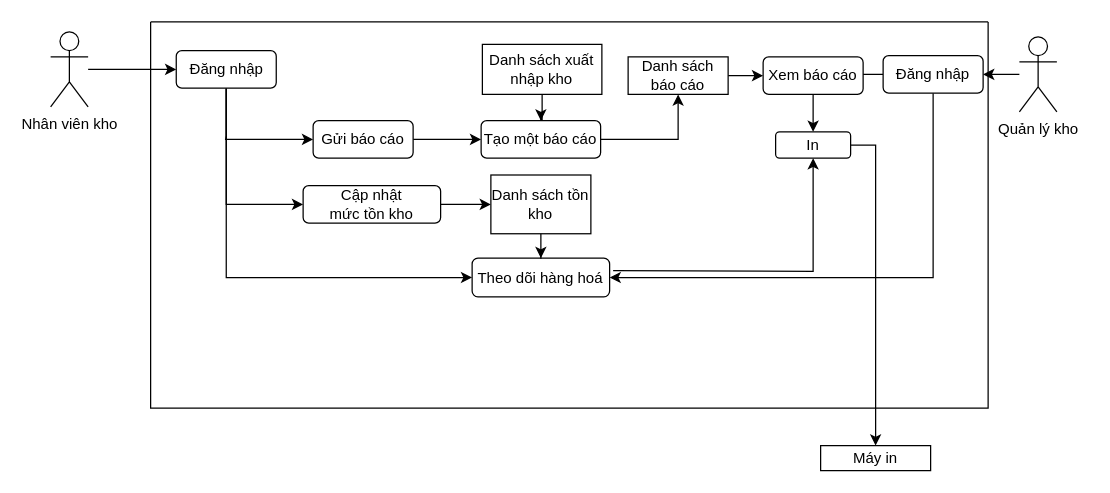
Taneshi94/NMCNPM keeps this draw.io diagram as Biểu đồ không có tiêu đề.drawio. Above is the earlier version. Source tidied: cells renumbered, new cells numbered last; positions are measured from the earlier drawing's top-left corner, leaving out a move shared by most shapes. Both pictures are drawn from the tidied source at 125%, with x=0, y=0 at pixel (50, 21).
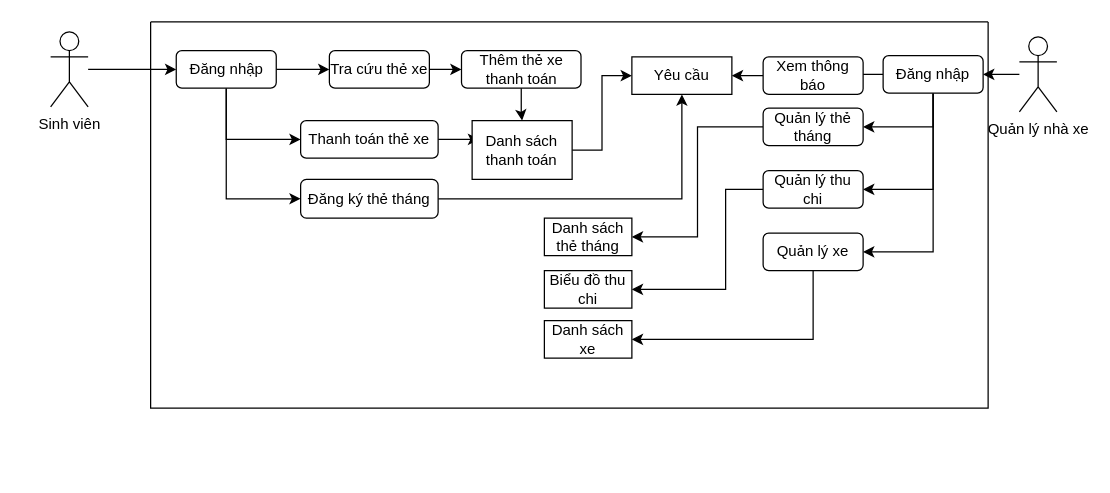
Above is the later version.

Unchanged cells that the change refers to:
```xml
<mxCell id="5" style="swimlane;startSize=0;" parent="1" vertex="1">
  <mxGeometry x="80" width="670" height="309" as="geometry" />
</mxCell>
<mxCell id="9" value="Đăng nhập" style="rounded=1;whiteSpace=wrap;html=1;" parent="5" vertex="1">
  <mxGeometry x="20.5" y="23" width="80" height="30" as="geometry" />
</mxCell>
<mxCell id="14" value="Đăng nhập" style="rounded=1;whiteSpace=wrap;html=1;" parent="5" vertex="1">
  <mxGeometry x="586" y="27" width="80" height="30" as="geometry" />
</mxCell>
```

What changed in the source:
```diff
@@
-    <mxCell id="2" value="Nhân viên kho" style="shape=umlActor;verticalLabelPosition=bottom;verticalAlign=top;html=1;outlineConnect=0;" parent="1" vertex="1">
+    <mxCell id="2" value="Sinh viên" style="shape=umlActor;verticalLabelPosition=bottom;verticalAlign=top;html=1;outlineConnect=0;" parent="1" vertex="1">
       <mxGeometry y="8" width="30" height="60" as="geometry" />
     </mxCell>
-    <mxCell id="3" value="Quản lý kho" style="shape=umlActor;verticalLabelPosition=bottom;verticalAlign=top;html=1;outlineConnect=0;" parent="1" vertex="1">
+    <mxCell id="3" value="Quản lý nhà xe" style="shape=umlActor;verticalLabelPosition=bottom;verticalAlign=top;html=1;outlineConnect=0;" parent="1" vertex="1">
       <mxGeometry x="775" y="12" width="30" height="60" as="geometry" />
     </mxCell>
@@
+    <mxCell id="7" style="edgeStyle=orthogonalEdgeStyle;rounded=0;jettySize=auto;html=1;exitX=1;exitY=0.5;exitDx=0;exitDy=0;" parent="5" edge="1" source="9" target="22">
+      <mxGeometry relative="1" as="geometry" />
+    </mxCell>
-    <mxCell id="6" style="edgeStyle=orthogonalEdgeStyle;rounded=0;jettySize=auto;html=1;" parent="5" edge="1" source="9" target="11">
-      <mxGeometry relative="1" as="geometry">
-        <Array as="points">
-          <mxPoint x="61" y="146" />
-        </Array>
-      </mxGeometry>
+    <mxCell id="6" style="edgeStyle=orthogonalEdgeStyle;rounded=0;jettySize=auto;html=1;exitX=0.5;exitY=1;exitDx=0;exitDy=0;entryX=0;entryY=0.5;entryDx=0;entryDy=0;" parent="5" edge="1" source="9" target="11">
+      <mxGeometry relative="1" as="geometry" />
     </mxCell>
-    <mxCell id="7" style="edgeStyle=orthogonalEdgeStyle;rounded=0;jettySize=auto;html=1;entryX=0;entryY=0.5;entryDx=0;entryDy=0;" parent="5" edge="1" source="9" target="22">
-      <mxGeometry relative="1" as="geometry">
-        <Array as="points">
-          <mxPoint x="61" y="91" />
-          <mxPoint x="60" y="144" />
-        </Array>
-      </mxGeometry>
-    </mxCell>
-    <mxCell id="8" style="edgeStyle=orthogonalEdgeStyle;rounded=0;jettySize=auto;html=1;entryX=0;entryY=0.5;entryDx=0;entryDy=0;" parent="5" edge="1" source="9" target="24">
-      <mxGeometry relative="1" as="geometry">
-        <Array as="points">
-          <mxPoint x="61" y="205" />
-        </Array>
-      </mxGeometry>
+    <mxCell id="8" style="edgeStyle=orthogonalEdgeStyle;rounded=0;jettySize=auto;html=1;exitX=0.5;exitY=1;exitDx=0;exitDy=0;entryX=0;entryY=0.5;entryDx=0;entryDy=0;" parent="5" edge="1" source="9" target="24">
+      <mxGeometry relative="1" as="geometry" />
     </mxCell>
@@
-    <mxCell id="10" style="edgeStyle=orthogonalEdgeStyle;rounded=0;jettySize=auto;html=1;" parent="5" edge="1" source="11" target="28">
+    <mxCell id="10" style="edgeStyle=orthogonalEdgeStyle;rounded=0;jettySize=auto;html=1;entryX=0.07;entryY=0.319;entryDx=0;entryDy=0;entryPerimeter=0;" parent="5" edge="1" source="11" target="28">
       <mxGeometry relative="1" as="geometry" />
     </mxCell>
-    <mxCell id="11" value="Cập nhật&lt;div&gt;mức tồn kho&lt;/div&gt;" style="rounded=1;whiteSpace=wrap;html=1;" parent="5" vertex="1">
-      <mxGeometry x="122" y="131" width="110" height="30" as="geometry" />
+    <mxCell id="11" value="Thanh toán thẻ xe" style="rounded=1;whiteSpace=wrap;html=1;" parent="5" vertex="1">
+      <mxGeometry x="120" y="79" width="110" height="30" as="geometry" />
     </mxCell>
@@
-    <mxCell id="13" style="edgeStyle=orthogonalEdgeStyle;rounded=0;jettySize=auto;html=1;entryX=1;entryY=0.5;entryDx=0;entryDy=0;" parent="5" edge="1" source="14" target="24">
-      <mxGeometry relative="1" as="geometry">
-        <Array as="points">
-          <mxPoint x="626" y="205" />
-        </Array>
-      </mxGeometry>
-    </mxCell>
+    <mxCell id="33" style="edgeStyle=orthogonalEdgeStyle;rounded=0;jettySize=auto;html=1;exitX=0.5;exitY=1;exitDx=0;exitDy=0;entryX=1;entryY=0.5;entryDx=0;entryDy=0;" parent="5" edge="1" source="14" target="40">
+      <mxGeometry relative="1" as="geometry" />
+    </mxCell>
+    <mxCell id="34" style="edgeStyle=orthogonalEdgeStyle;rounded=0;jettySize=auto;html=1;exitX=0.5;exitY=1;exitDx=0;exitDy=0;entryX=1;entryY=0.5;entryDx=0;entryDy=0;" parent="5" edge="1" source="14" target="42">
+      <mxGeometry relative="1" as="geometry" />
+    </mxCell>
+    <mxCell id="35" style="edgeStyle=orthogonalEdgeStyle;rounded=0;jettySize=auto;html=1;exitX=0.5;exitY=1;exitDx=0;exitDy=0;entryX=1;entryY=0.5;entryDx=0;entryDy=0;" parent="5" edge="1" source="14" target="44">
+      <mxGeometry relative="1" as="geometry" />
+    </mxCell>
@@
-    <mxCell id="15" style="edgeStyle=orthogonalEdgeStyle;rounded=0;jettySize=auto;html=1;" parent="5" edge="1" source="16" target="18">
-      <mxGeometry relative="1" as="geometry" />
-    </mxCell>
-    <mxCell id="16" value="Danh sách báo cáo" style="rounded=0;whiteSpace=wrap;html=1;" parent="5" vertex="1">
-      <mxGeometry x="382" y="28" width="80" height="30" as="geometry" />
+    <mxCell id="16" value="Yêu cầu" style="rounded=0;whiteSpace=wrap;html=1;" parent="5" vertex="1">
+      <mxGeometry x="385" y="28" width="80" height="30" as="geometry" />
     </mxCell>
-    <mxCell id="17" style="edgeStyle=orthogonalEdgeStyle;rounded=0;jettySize=auto;html=1;" parent="5" edge="1" source="18" target="29">
-      <mxGeometry relative="1" as="geometry" />
-    </mxCell>
+    <mxCell id="36" style="edgeStyle=orthogonalEdgeStyle;rounded=0;jettySize=auto;html=1;" parent="5" edge="1" source="18" target="16">
+      <mxGeometry relative="1" as="geometry" />
+    </mxCell>
-    <mxCell id="18" value="Xem báo cáo" style="rounded=1;whiteSpace=wrap;html=1;" parent="5" vertex="1">
+    <mxCell id="18" value="Xem thông báo" style="rounded=1;whiteSpace=wrap;html=1;" parent="5" vertex="1">
       <mxGeometry x="490" y="28" width="80" height="30" as="geometry" />
     </mxCell>
-    <mxCell id="19" style="edgeStyle=orthogonalEdgeStyle;rounded=0;jettySize=auto;html=1;" parent="5" edge="1" source="20" target="16">
-      <mxGeometry relative="1" as="geometry" />
-    </mxCell>
-    <mxCell id="20" value="Tạo một báo cáo" style="rounded=1;whiteSpace=wrap;html=1;" parent="5" vertex="1">
-      <mxGeometry x="264.4" y="79" width="95.6" height="30" as="geometry" />
+    <mxCell id="20" value="Thêm thẻ xe thanh toán" style="rounded=1;whiteSpace=wrap;html=1;" parent="5" vertex="1">
+      <mxGeometry x="248.7" y="23" width="95.6" height="30" as="geometry" />
     </mxCell>
@@
-    <mxCell id="22" value="Gửi báo cáo" style="rounded=1;whiteSpace=wrap;html=1;" parent="5" vertex="1">
-      <mxGeometry x="130" y="79" width="80" height="30" as="geometry" />
+    <mxCell id="22" value="Tra cứu thẻ xe" style="rounded=1;whiteSpace=wrap;html=1;" parent="5" vertex="1">
+      <mxGeometry x="143" y="23" width="80" height="30" as="geometry" />
     </mxCell>
-    <mxCell id="23" style="edgeStyle=orthogonalEdgeStyle;rounded=0;jettySize=auto;html=1;entryX=0.5;entryY=1;entryDx=0;entryDy=0;" parent="5" edge="1" target="29">
-      <mxGeometry relative="1" as="geometry">
-        <mxPoint x="370" y="199" as="sourcePoint" />
-      </mxGeometry>
-    </mxCell>
+    <mxCell id="37" style="edgeStyle=orthogonalEdgeStyle;rounded=0;jettySize=auto;html=1;exitX=1;exitY=0.5;exitDx=0;exitDy=0;entryX=0.5;entryY=1;entryDx=0;entryDy=0;" parent="5" edge="1" source="24" target="16">
+      <mxGeometry relative="1" as="geometry" />
+    </mxCell>
-    <mxCell id="24" value="Theo dõi hàng hoá" style="rounded=1;whiteSpace=wrap;html=1;" parent="5" vertex="1">
-      <mxGeometry x="257.2" y="189" width="110" height="31" as="geometry" />
+    <mxCell id="24" value="Đăng ký thẻ tháng" style="rounded=1;whiteSpace=wrap;html=1;" parent="5" vertex="1">
+      <mxGeometry x="120" y="126" width="110" height="31" as="geometry" />
     </mxCell>
-    <mxCell id="25" style="edgeStyle=orthogonalEdgeStyle;rounded=0;jettySize=auto;html=1;entryX=0.5;entryY=0;entryDx=0;entryDy=0;" parent="5" edge="1" source="26" target="20">
+    <mxCell id="25" style="edgeStyle=orthogonalEdgeStyle;rounded=0;jettySize=auto;html=1;exitX=0.5;exitY=1;exitDx=0;exitDy=0;" parent="5" edge="1" source="20" target="28">
       <mxGeometry relative="1" as="geometry" />
     </mxCell>
-    <mxCell id="26" value="Danh sách xuất nhập kho" style="rounded=0;whiteSpace=wrap;html=1;" parent="5" vertex="1">
-      <mxGeometry x="265.4" y="18" width="95.6" height="40" as="geometry" />
-    </mxCell>
-    <mxCell id="27" style="edgeStyle=orthogonalEdgeStyle;rounded=0;jettySize=auto;html=1;entryX=0.5;entryY=0;entryDx=0;entryDy=0;" parent="5" edge="1" source="28" target="24">
-      <mxGeometry relative="1" as="geometry" />
-    </mxCell>
+    <mxCell id="38" style="edgeStyle=orthogonalEdgeStyle;rounded=0;jettySize=auto;html=1;entryX=0;entryY=0.5;entryDx=0;entryDy=0;" parent="5" edge="1" source="28" target="16">
+      <mxGeometry relative="1" as="geometry" />
+    </mxCell>
-    <mxCell id="28" value="Danh sách tồn kho" style="rounded=0;whiteSpace=wrap;html=1;" parent="5" vertex="1">
-      <mxGeometry x="272.2" y="122.5" width="80" height="47" as="geometry" />
+    <mxCell id="28" value="Danh sách thanh toán" style="rounded=0;whiteSpace=wrap;html=1;" parent="5" vertex="1">
+      <mxGeometry x="257.2" y="79" width="80" height="47" as="geometry" />
     </mxCell>
-    <mxCell id="29" value="In" style="rounded=1;whiteSpace=wrap;html=1;" parent="5" vertex="1">
-      <mxGeometry x="500" y="88" width="60" height="21" as="geometry" />
-    </mxCell>
+    <mxCell id="39" style="edgeStyle=orthogonalEdgeStyle;rounded=0;jettySize=auto;html=1;entryX=1;entryY=0.5;entryDx=0;entryDy=0;" parent="5" edge="1" source="40" target="45">
+      <mxGeometry relative="1" as="geometry" />
+    </mxCell>
+    <mxCell id="40" value="Quản lý thẻ tháng" style="rounded=1;whiteSpace=wrap;html=1;" parent="5" vertex="1">
+      <mxGeometry x="490" y="69" width="80" height="30" as="geometry" />
+    </mxCell>
+    <mxCell id="41" style="edgeStyle=orthogonalEdgeStyle;rounded=0;jettySize=auto;html=1;exitX=0;exitY=0.5;exitDx=0;exitDy=0;entryX=1;entryY=0.5;entryDx=0;entryDy=0;" parent="5" edge="1" source="42" target="46">
+      <mxGeometry relative="1" as="geometry">
+        <Array as="points">
+          <mxPoint x="460" y="134" />
+          <mxPoint x="460" y="214" />
+        </Array>
+      </mxGeometry>
+    </mxCell>
+    <mxCell id="42" value="Quản lý thu chi" style="rounded=1;whiteSpace=wrap;html=1;" parent="5" vertex="1">
+      <mxGeometry x="490" y="119" width="80" height="30" as="geometry" />
+    </mxCell>
+    <mxCell id="43" style="edgeStyle=orthogonalEdgeStyle;rounded=0;jettySize=auto;html=1;entryX=1;entryY=0.5;entryDx=0;entryDy=0;exitX=0.5;exitY=1;exitDx=0;exitDy=0;" parent="5" edge="1" source="44" target="47">
+      <mxGeometry relative="1" as="geometry" />
+    </mxCell>
+    <mxCell id="44" value="Quản lý xe" style="rounded=1;whiteSpace=wrap;html=1;" parent="5" vertex="1">
+      <mxGeometry x="490" y="169" width="80" height="30" as="geometry" />
+    </mxCell>
+    <mxCell id="45" value="Danh sách thẻ tháng" style="rounded=0;whiteSpace=wrap;html=1;" parent="5" vertex="1">
+      <mxGeometry x="315" y="157" width="70" height="30" as="geometry" />
+    </mxCell>
+    <mxCell id="46" value="Biểu đồ thu chi" style="rounded=0;whiteSpace=wrap;html=1;" parent="5" vertex="1">
+      <mxGeometry x="315" y="199" width="70" height="30" as="geometry" />
+    </mxCell>
+    <mxCell id="47" value="Danh sách xe" style="rounded=0;whiteSpace=wrap;html=1;" parent="5" vertex="1">
+      <mxGeometry x="315" y="239" width="70" height="30" as="geometry" />
+    </mxCell>
@@
-    <mxCell id="31" value="Máy in" style="rounded=0;whiteSpace=wrap;html=1;" parent="1" vertex="1">
-      <mxGeometry x="616" y="339" width="88" height="20" as="geometry" />
-    </mxCell>
-    <mxCell id="32" style="edgeStyle=orthogonalEdgeStyle;rounded=0;jettySize=auto;html=1;entryX=0.5;entryY=0;entryDx=0;entryDy=0;" parent="1" edge="1" source="29" target="31">
-      <mxGeometry relative="1" as="geometry">
-        <Array as="points">
-          <mxPoint x="660" y="99" />
-          <mxPoint x="660" y="329" />
-        </Array>
-      </mxGeometry>
-    </mxCell>
```
